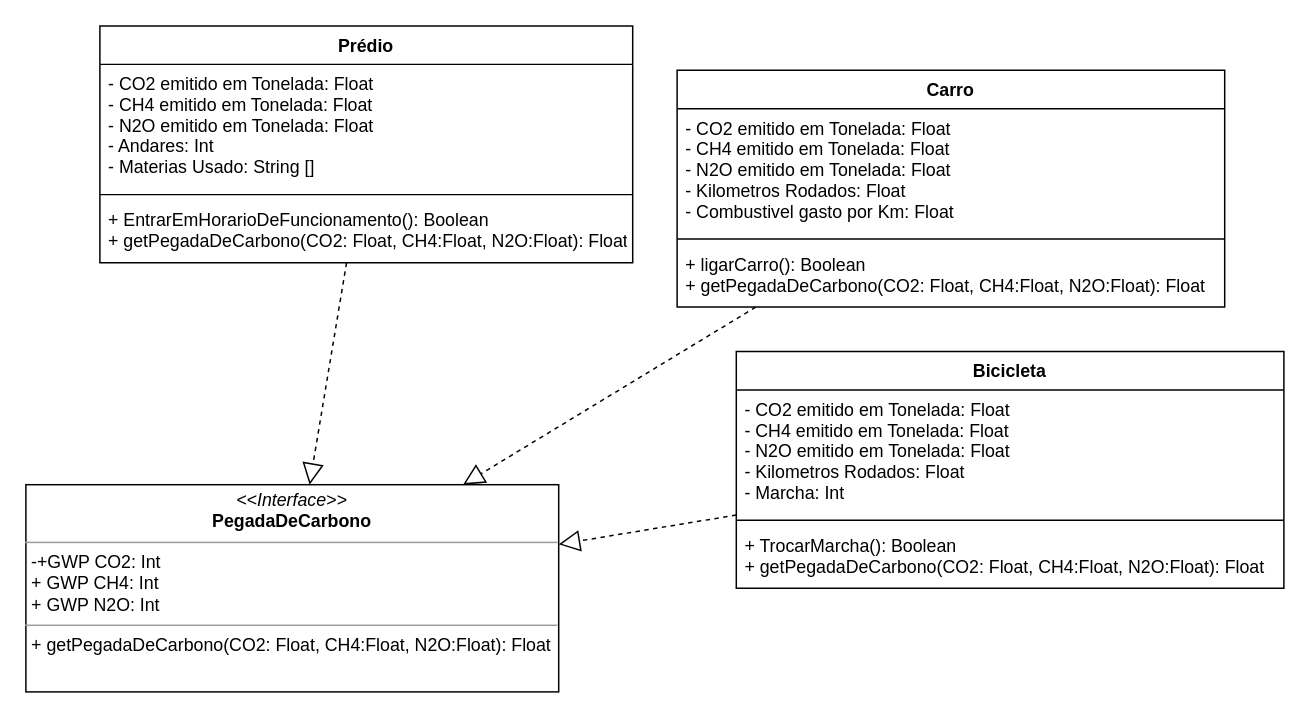
The draw.io diagram Lista_2/Ex3/Ex3.Parte1.drawio in Ryrden/ICMC-SCC0504, before the edit. Source tidied: cells renumbered, new cells numbered last; positions are measured from the earlier drawing's top-left corner, leaving out a move shared by most shapes. Both pictures are drawn from the tidied source at 148%, with x=0, y=0 at pixel (25, 25).
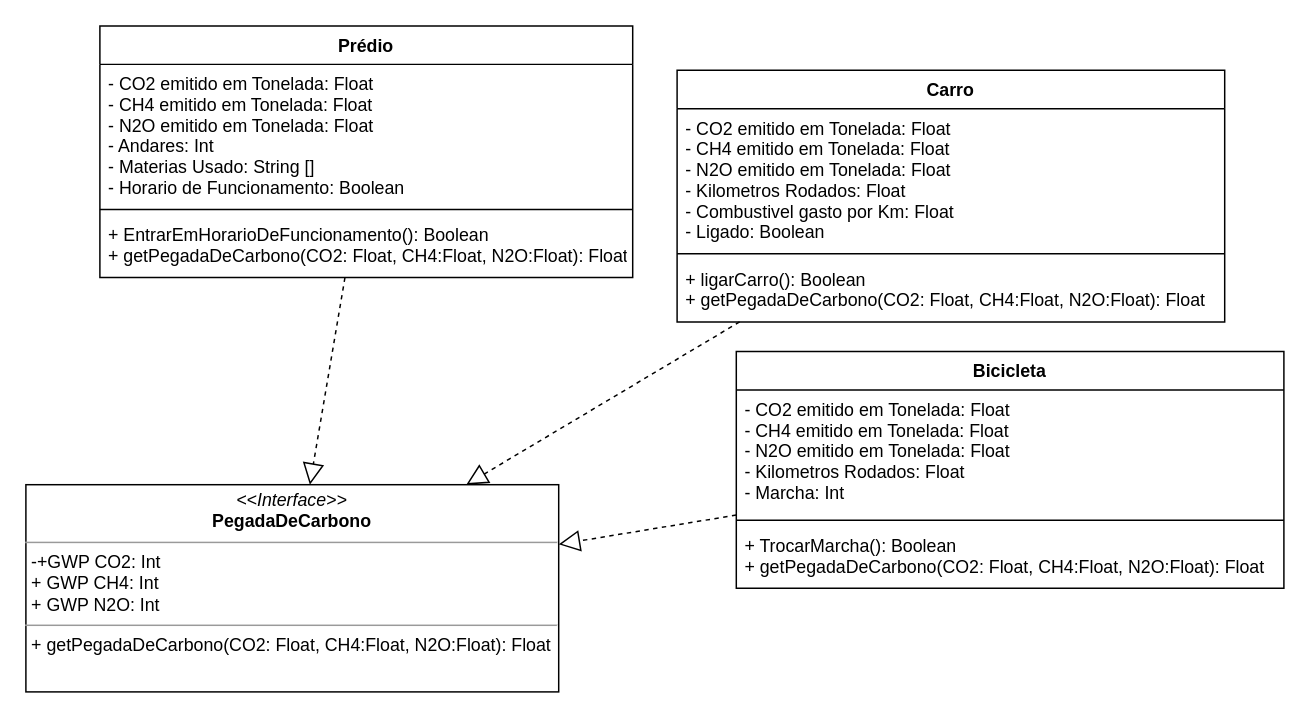
After the change.

Commit message:
update(): novos atributos

Diff of the diagram source:
```diff
@@
 <mxGraphModel>
   <root>
     <mxCell id="0" />
     <mxCell id="1" parent="0" />
     <mxCell id="2" value="Prédio" style="swimlane;fontStyle=1;align=center;verticalAlign=top;horizontal=1;startSize=26;" parent="1" vertex="1">
-      <mxGeometry x="50" width="360" height="160" as="geometry" />
+      <mxGeometry x="50" width="360" height="170" as="geometry" />
     </mxCell>
-    <mxCell id="3" value="- CO2 emitido em Tonelada: Float&#10;- CH4 emitido em Tonelada: Float&#10;- N2O emitido em Tonelada: Float&#10;- Andares: Int&#10;- Materias Usado: String []" style="text;strokeColor=none;fillColor=none;align=left;verticalAlign=top;spacingLeft=4;spacingRight=4;overflow=hidden;" parent="2" vertex="1">
-      <mxGeometry y="26" width="360" height="84" as="geometry" />
+    <mxCell id="3" value="- CO2 emitido em Tonelada: Float&#10;- CH4 emitido em Tonelada: Float&#10;- N2O emitido em Tonelada: Float&#10;- Andares: Int&#10;- Materias Usado: String []&#10;- Horario de Funcionamento: Boolean" style="text;strokeColor=none;fillColor=none;align=left;verticalAlign=top;spacingLeft=4;spacingRight=4;overflow=hidden;" parent="2" vertex="1">
+      <mxGeometry y="26" width="360" height="94" as="geometry" />
     </mxCell>
     <mxCell id="4" style="line;strokeWidth=1;fillColor=none;align=left;verticalAlign=middle;spacingTop=-1;spacingLeft=3;spacingRight=3;labelPosition=right;" parent="2" vertex="1">
-      <mxGeometry y="110" width="360" height="8" as="geometry" />
+      <mxGeometry y="120" width="360" height="8" as="geometry" />
     </mxCell>
     <mxCell id="5" value="+ EntrarEmHorarioDeFuncionamento(): Boolean&#10;+ getPegadaDeCarbono(CO2: Float, CH4:Float, N2O:Float): Float" style="text;strokeColor=none;fillColor=none;align=left;verticalAlign=top;spacingLeft=4;spacingRight=4;overflow=hidden;" parent="2" vertex="1">
-      <mxGeometry y="118" width="360" height="42" as="geometry" />
+      <mxGeometry y="128" width="360" height="42" as="geometry" />
     </mxCell>
     <mxCell id="6" value="Carro" style="swimlane;fontStyle=1;align=center;verticalAlign=top;horizontal=1;startSize=26;" parent="1" vertex="1">
-      <mxGeometry x="440" y="30" width="370" height="160" as="geometry" />
+      <mxGeometry x="440" y="30" width="370" height="170" as="geometry" />
     </mxCell>
-    <mxCell id="7" value="- CO2 emitido em Tonelada: Float&#10;- CH4 emitido em Tonelada: Float&#10;- N2O emitido em Tonelada: Float&#10;- Kilometros Rodados: Float&#10;- Combustivel gasto por Km: Float" style="text;strokeColor=none;fillColor=none;align=left;verticalAlign=top;spacingLeft=4;spacingRight=4;overflow=hidden;" parent="6" vertex="1">
-      <mxGeometry y="26" width="370" height="84" as="geometry" />
+    <mxCell id="7" value="- CO2 emitido em Tonelada: Float&#10;- CH4 emitido em Tonelada: Float&#10;- N2O emitido em Tonelada: Float&#10;- Kilometros Rodados: Float&#10;- Combustivel gasto por Km: Float&#10;- Ligado: Boolean" style="text;strokeColor=none;fillColor=none;align=left;verticalAlign=top;spacingLeft=4;spacingRight=4;overflow=hidden;" parent="6" vertex="1">
+      <mxGeometry y="26" width="370" height="94" as="geometry" />
     </mxCell>
     <mxCell id="8" style="line;strokeWidth=1;fillColor=none;align=left;verticalAlign=middle;spacingTop=-1;spacingLeft=3;spacingRight=3;labelPosition=right;" parent="6" vertex="1">
-      <mxGeometry y="110" width="370" height="8" as="geometry" />
+      <mxGeometry y="120" width="370" height="8" as="geometry" />
     </mxCell>
     <mxCell id="9" value="+ ligarCarro(): Boolean&#10;+ getPegadaDeCarbono(CO2: Float, CH4:Float, N2O:Float): Float" style="text;strokeColor=none;fillColor=none;align=left;verticalAlign=top;spacingLeft=4;spacingRight=4;overflow=hidden;" parent="6" vertex="1">
-      <mxGeometry y="118" width="370" height="42" as="geometry" />
+      <mxGeometry y="128" width="370" height="42" as="geometry" />
     </mxCell>
     <mxCell id="10" value="Bicicleta" style="swimlane;fontStyle=1;align=center;verticalAlign=top;horizontal=1;startSize=26;" parent="1" vertex="1">
       <mxGeometry x="480" y="220" width="370" height="160" as="geometry" />
     </mxCell>
     <mxCell id="11" value="- CO2 emitido em Tonelada: Float&#10;- CH4 emitido em Tonelada: Float&#10;- N2O emitido em Tonelada: Float&#10;- Kilometros Rodados: Float&#10;- Marcha: Int" style="text;strokeColor=none;fillColor=none;align=left;verticalAlign=top;spacingLeft=4;spacingRight=4;overflow=hidden;" parent="10" vertex="1">
       <mxGeometry y="26" width="370" height="84" as="geometry" />
     </mxCell>
     <mxCell id="12" style="line;strokeWidth=1;fillColor=none;align=left;verticalAlign=middle;spacingTop=-1;spacingLeft=3;spacingRight=3;labelPosition=right;" parent="10" vertex="1">
       <mxGeometry y="110" width="370" height="8" as="geometry" />
     </mxCell>
     <mxCell id="13" value="+ TrocarMarcha(): Boolean&#10;+ getPegadaDeCarbono(CO2: Float, CH4:Float, N2O:Float): Float" style="text;strokeColor=none;fillColor=none;align=left;verticalAlign=top;spacingLeft=4;spacingRight=4;overflow=hidden;" parent="10" vertex="1">
       <mxGeometry y="118" width="370" height="42" as="geometry" />
     </mxCell>
     <mxCell id="14" value="&lt;p style=&quot;margin: 0px ; margin-top: 4px ; text-align: center&quot;&gt;&lt;i&gt;&amp;lt;&amp;lt;Interface&amp;gt;&amp;gt;&lt;/i&gt;&lt;br&gt;&lt;b&gt;PegadaDeCarbono&lt;/b&gt;&lt;/p&gt;&lt;hr size=&quot;1&quot;&gt;&lt;p style=&quot;margin: 0px ; margin-left: 4px&quot;&gt;-+GWP CO2: Int&lt;br&gt;+ GWP CH4: Int&lt;/p&gt;&lt;p style=&quot;margin: 0px ; margin-left: 4px&quot;&gt;+ GWP N2O: Int&lt;/p&gt;&lt;hr size=&quot;1&quot;&gt;&lt;p style=&quot;margin: 0px ; margin-left: 4px&quot;&gt;+ getPegadaDeCarbono(CO2: Float, CH4:Float, N2O:Float): Float&lt;br&gt;&lt;/p&gt;" style="verticalAlign=top;align=left;overflow=fill;fontSize=12;fontFamily=Helvetica;html=1;" parent="1" vertex="1">
       <mxGeometry y="310" width="360" height="140" as="geometry" />
     </mxCell>
     <mxCell id="15" style="endArrow=block;dashed=1;endFill=0;endSize=12;html=1;rounded=0;" parent="1" edge="1" source="2" target="14">
       <mxGeometry relative="1" as="geometry" />
     </mxCell>
     <mxCell id="16" style="endArrow=block;dashed=1;endFill=0;endSize=12;html=1;rounded=0;" parent="1" edge="1" source="6" target="14">
       <mxGeometry relative="1" as="geometry" />
     </mxCell>
     <mxCell id="17" style="endArrow=block;dashed=1;endFill=0;endSize=12;html=1;rounded=0;" parent="1" edge="1" source="10" target="14">
       <mxGeometry relative="1" as="geometry" />
     </mxCell>
   </root>
 </mxGraphModel>
```
